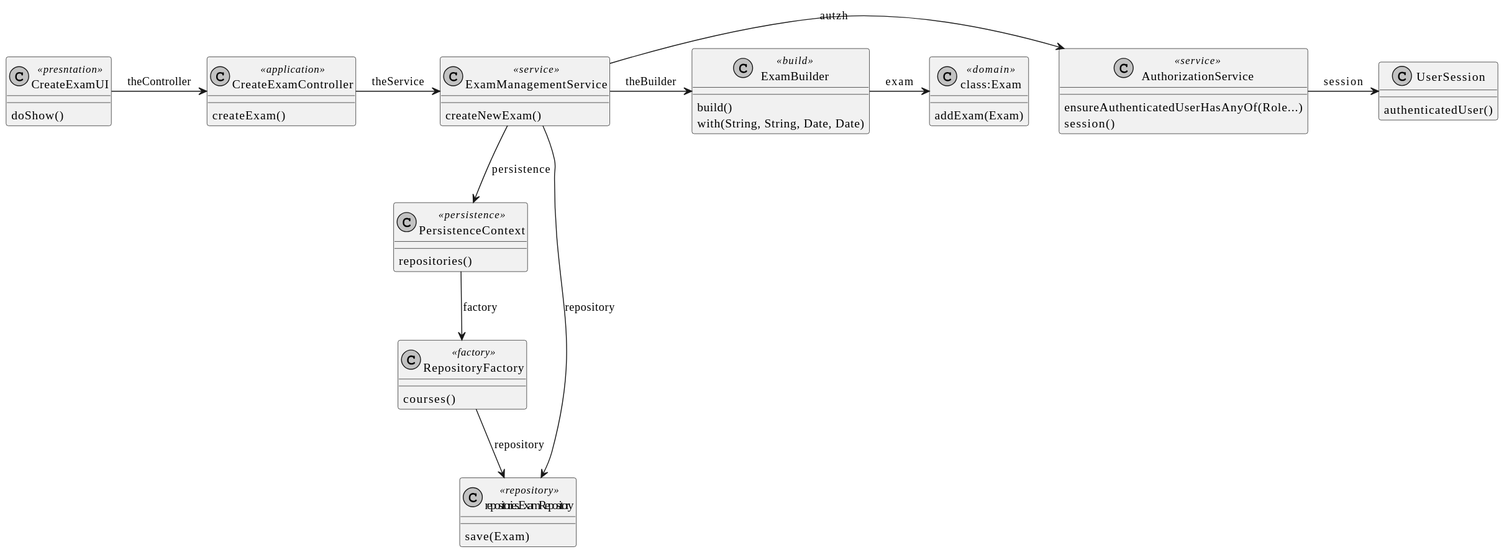
Above: docs/SPRINT B/US_2001/CD/CreateExam-CD.svg in brunacosta03/sem4pi_22_23 (PlantUML), before the change. Its diagram source:
```plantuml
@startuml
skinparam monochrome true
skinparam packageStyle rect
skinparam defaultFontName FG Virgil
skinparam shadowing false

class CreateExamUI <<presntation>> {
    doShow()
}

class CreateExamController <<application>> {
    createExam()
}

class ExamManagementService <<service>> {
    createNewExam()
}

class AuthorizationService <<service>> {
    ensureAuthenticatedUserHasAnyOf(Role...)
    session()
}

class UserSession {
    authenticatedUser()
}


class "class:Exam" <<domain>> {
    addExam(Exam)
}

class ExamBuilder <<build>> {
    build()
    with(String, String, Date, Date)
}


class PersistenceContext <<persistence>> {
    repositories()
}

class RepositoryFactory <<factory>> {
    courses()
}

class ExamRepository <<repository>> {
    save(Exam)
}

CreateExamUI -> CreateExamController : theController
CreateExamController -> ExamManagementService : theService
ExamManagementService -> AuthorizationService : autzh
AuthorizationService -> UserSession : session
ExamManagementService -> ExamBuilder : theBuilder
ExamBuilder -> "class:Exam" : exam
ExamManagementService --> PersistenceContext : persistence
PersistenceContext --> RepositoryFactory : factory
RepositoryFactory --> ExamRepository : repository
ExamManagementService --> ExamRepository : repository
@enduml
```
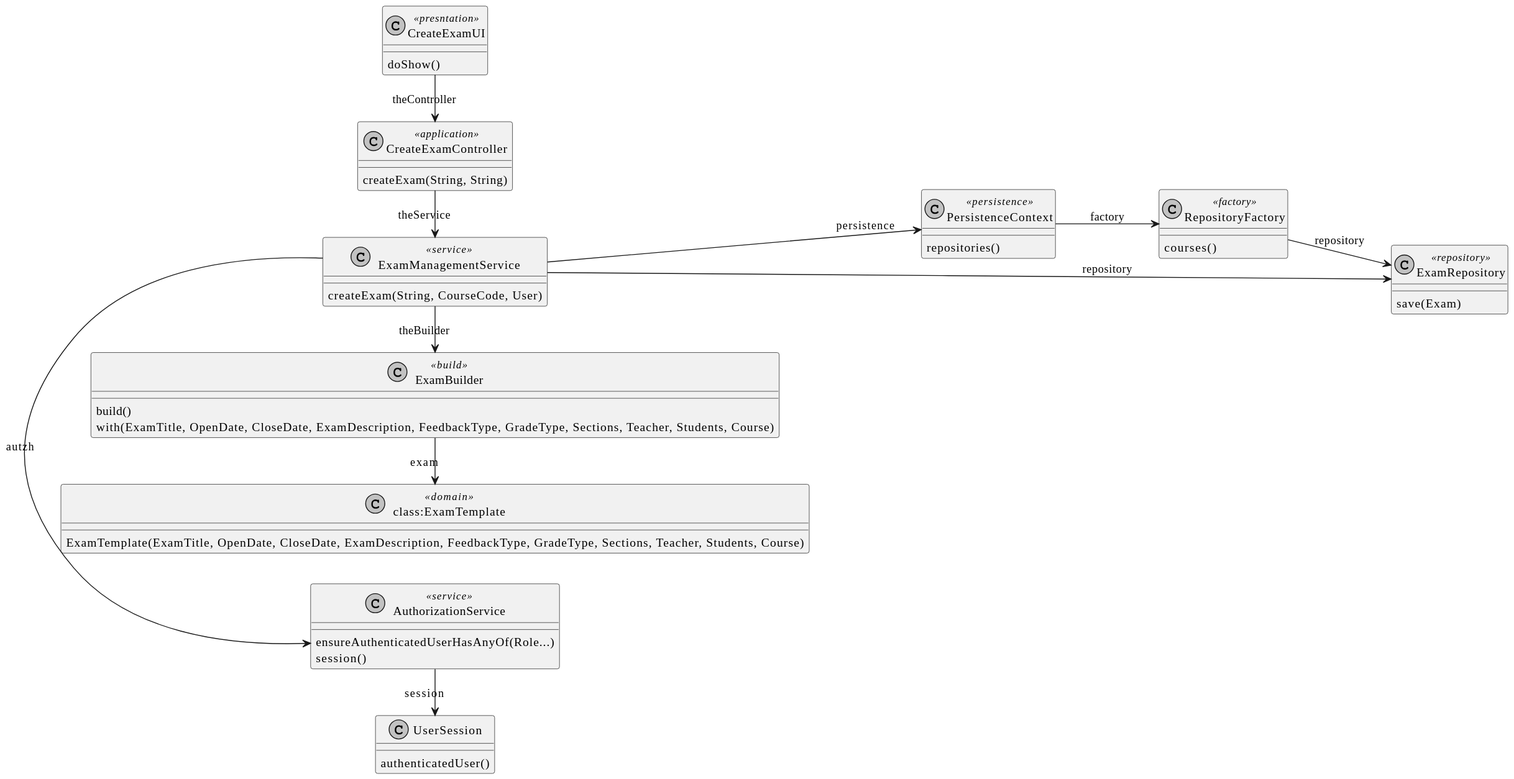
After the change.

Diff of the diagram source:
```diff
@@ -4,16 +4,18 @@
 skinparam defaultFontName FG Virgil
 skinparam shadowing false
 
+left to right direction
+
 class CreateExamUI <<presntation>> {
     doShow()
 }
 
 class CreateExamController <<application>> {
-    createExam()
+    createExam(String, String)
 }
 
 class ExamManagementService <<service>> {
-    createNewExam()
+    createExam(String, CourseCode, User)
 }
 
 class AuthorizationService <<service>> {
@@ -26,13 +28,13 @@
 }
 
 
-class "class:Exam" <<domain>> {
-    addExam(Exam)
+class "class:ExamTemplate" <<domain>> {
+    ExamTemplate(ExamTitle, OpenDate, CloseDate, ExamDescription, FeedbackType, GradeType, Sections, Teacher, Students, Course)
 }
 
 class ExamBuilder <<build>> {
     build()
-    with(String, String, Date, Date)
+    with(ExamTitle, OpenDate, CloseDate, ExamDescription, FeedbackType, GradeType, Sections, Teacher, Students, Course)
 }
 
 
@@ -53,7 +55,7 @@
 ExamManagementService -> AuthorizationService : autzh
 AuthorizationService -> UserSession : session
 ExamManagementService -> ExamBuilder : theBuilder
-ExamBuilder -> "class:Exam" : exam
+ExamBuilder -> "class:ExamTemplate" : exam
 ExamManagementService --> PersistenceContext : persistence
 PersistenceContext --> RepositoryFactory : factory
 RepositoryFactory --> ExamRepository : repository
```
